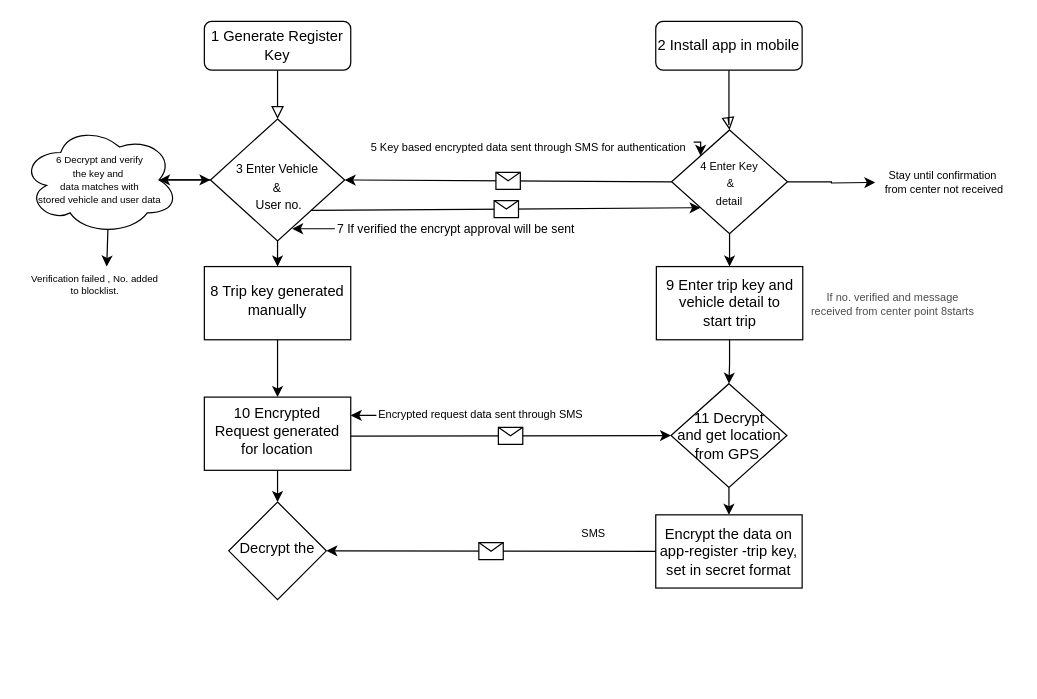
This is Untitled Diagram.drawio from Loveleet/Loveleet, a draw.io file, before an edit. Source tidied: cells renumbered, new cells numbered last; positions are measured from the earlier drawing's top-left corner, leaving out a move shared by most shapes. Both pictures are drawn from the tidied source at 122%, with x=0, y=0 at pixel (21, 21).
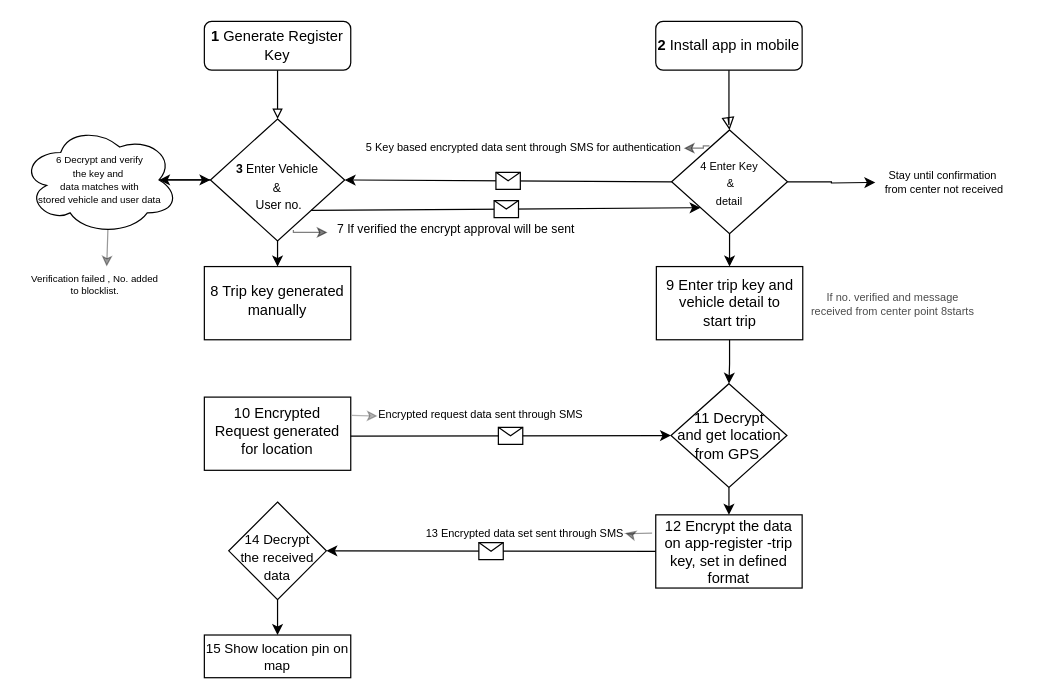
Above is the later version.

Unchanged cells that the change refers to:
```xml
<mxCell id="10" value="&lt;font style=&quot;font-size: 9px&quot;&gt;4 Enter Key&lt;br&gt;&amp;nbsp;&amp;amp; &lt;br&gt;detail&lt;/font&gt;" style="rhombus;whiteSpace=wrap;html=1;" parent="1" vertex="1">
  <mxGeometry x="533" y="89" width="95" height="85" as="geometry" />
</mxCell>
<mxCell id="19" value="&lt;font size=&quot;1&quot;&gt;7 If verified the encrypt approval will be sent&lt;/font&gt;" style="text;html=1;align=center;verticalAlign=middle;points=[];strokeColor=none;fillColor=none;fontSize=8;" parent="1" vertex="1">
  <mxGeometry x="251" y="160" width="210" height="20" as="geometry" />
</mxCell>
<mxCell id="22" value="&lt;font style=&quot;font-size: 8px&quot;&gt;6 Decrypt and verify &lt;br&gt;the key and&amp;nbsp;&lt;br&gt;data matches with&lt;br&gt;stored vehicle and user data&lt;/font&gt;" style="ellipse;shape=cloud;whiteSpace=wrap;html=1;fontSize=9;" parent="1" vertex="1">
  <mxGeometry y="85" width="129" height="90" as="geometry" />
</mxCell>
<mxCell id="23" value="Verification failed , No. added&lt;br&gt;to blocklist." style="text;html=1;align=center;verticalAlign=middle;points=[];strokeColor=none;fillColor=none;fontSize=8;" parent="1" vertex="1">
  <mxGeometry y="201" width="120" height="30" as="geometry" />
</mxCell>
<mxCell id="29" value="8 Trip key generated manually" style="whiteSpace=wrap;html=1;shadow=0;strokeWidth=1;spacing=6;spacingTop=-4;" parent="1" vertex="1">
  <mxGeometry x="150" y="201" width="120" height="60" as="geometry" />
</mxCell>
<mxCell id="31" value="10 Encrypted&lt;br&gt;Request generated for location" style="whiteSpace=wrap;html=1;shadow=0;strokeWidth=1;spacing=6;spacingTop=-4;" parent="1" vertex="1">
  <mxGeometry x="150" y="308" width="120" height="60" as="geometry" />
</mxCell>
<mxCell id="37" value="Encrypted request data sent through SMS" style="text;html=1;align=left;verticalAlign=middle;points=[];strokeColor=none;fillColor=none;fontSize=9;" parent="1" vertex="1">
  <mxGeometry x="291" y="313" width="180" height="20" as="geometry" />
</mxCell>
```

Change to the diagram source:
```diff
@@
-    <mxCell id="2" style="rounded=0;html=1;jettySize=auto;fontSize=11;endArrow=block;endFill=0;endSize=8;strokeWidth=1;shadow=0;labelBackgroundColor=none;edgeStyle=orthogonalEdgeStyle;" parent="1" edge="1" source="3" target="6">
+    <mxCell id="2" style="rounded=0;html=1;jettySize=auto;fontSize=11;endArrow=block;endFill=0;strokeWidth=1;shadow=0;labelBackgroundColor=none;edgeStyle=orthogonalEdgeStyle;" parent="1" edge="1" source="3" target="6">
       <mxGeometry relative="1" as="geometry">
         <Array as="points">
           <mxPoint x="210" y="70" />
           <mxPoint x="210" y="70" />
         </Array>
       </mxGeometry>
     </mxCell>
-    <mxCell id="3" value="1 Generate Register Key" style="rounded=1;whiteSpace=wrap;html=1;fontSize=12;glass=0;strokeWidth=1;shadow=0;" parent="1" vertex="1">
+    <mxCell id="3" value="&lt;b&gt;1&lt;/b&gt; Generate Register Key" style="rounded=1;whiteSpace=wrap;html=1;fontSize=12;glass=0;strokeWidth=1;shadow=0;" parent="1" vertex="1">
       <mxGeometry x="150" width="120" height="40" as="geometry" />
     </mxCell>
@@
-    <mxCell id="6" value="&lt;font style=&quot;font-size: 10px&quot;&gt;&lt;br&gt;3 Enter Vehicle &lt;br&gt;&amp;amp;&lt;br&gt;&amp;nbsp;User no.&lt;/font&gt;" style="rhombus;whiteSpace=wrap;html=1;shadow=0;fontFamily=Helvetica;fontSize=12;align=center;strokeWidth=1;spacing=6;spacingTop=-4;" parent="1" vertex="1">
+    <mxCell id="6" value="&lt;font style=&quot;font-size: 10px&quot;&gt;&lt;br&gt;&lt;b&gt;3&lt;/b&gt; Enter Vehicle &lt;br&gt;&amp;amp;&lt;br&gt;&amp;nbsp;User no.&lt;/font&gt;" style="rhombus;whiteSpace=wrap;html=1;shadow=0;fontFamily=Helvetica;fontSize=12;align=center;strokeWidth=1;spacing=6;spacingTop=-4;" parent="1" vertex="1">
       <mxGeometry x="155" y="80" width="110" height="100" as="geometry" />
     </mxCell>
-    <mxCell id="7" value="2 Install app in mobile" style="rounded=1;whiteSpace=wrap;html=1;" parent="1" vertex="1">
+    <mxCell id="7" value="&lt;b&gt;2&lt;/b&gt; Install app in mobile" style="rounded=1;whiteSpace=wrap;html=1;" parent="1" vertex="1">
       <mxGeometry x="520" width="120" height="40" as="geometry" />
     </mxCell>
@@
-    <mxCell id="14" style="edgeStyle=orthogonalEdgeStyle;rounded=0;jettySize=auto;html=1;entryX=0;entryY=0;entryDx=0;entryDy=0;fontSize=8;exitX=1.015;exitY=0.3;exitDx=0;exitDy=0;exitPerimeter=0;" parent="1" edge="1" source="15" target="10">
+    <mxCell id="14" style="edgeStyle=orthogonalEdgeStyle;rounded=0;jettySize=auto;html=1;fontSize=8;exitX=0.305;exitY=0.153;exitDx=0;exitDy=0;exitPerimeter=0;opacity=50;" parent="1" edge="1" target="15">
       <mxGeometry relative="1" as="geometry">
+        <mxPoint x="564" y="102" as="sourcePoint" />
         <Array as="points">
-          <mxPoint x="557" y="99" />
+          <mxPoint x="559" y="102" />
+          <mxPoint x="559" y="104" />
         </Array>
       </mxGeometry>
     </mxCell>
     <mxCell id="15" value="5 Key based encrypted data sent through SMS for authentication" style="text;align=right;verticalAlign=middle;points=[];strokeColor=none;fillColor=none;fontSize=9;labelPosition=center;verticalLabelPosition=middle;" parent="1" vertex="1">
-      <mxGeometry x="277" y="93" width="270" height="20" as="geometry" />
+      <mxGeometry x="273" y="93" width="270" height="20" as="geometry" />
     </mxCell>
@@
-    <mxCell id="18" style="edgeStyle=orthogonalEdgeStyle;rounded=0;orthogonalLoop=1;jettySize=auto;html=1;fontSize=9;" parent="1" edge="1">
+    <mxCell id="18" style="edgeStyle=orthogonalEdgeStyle;rounded=0;jettySize=auto;html=1;fontSize=9;exitX=0.618;exitY=0.91;exitDx=0;exitDy=0;exitPerimeter=0;entryX=0;entryY=0.65;entryDx=0;entryDy=0;entryPerimeter=0;textOpacity=50;align=center;opacity=50;" parent="1" edge="1" source="6" target="19">
       <mxGeometry relative="1" as="geometry">
-        <mxPoint x="257" y="170" as="sourcePoint" />
-        <mxPoint x="222" y="170" as="targetPoint" />
+        <Array as="points">
+          <mxPoint x="223" y="173" />
+        </Array>
       </mxGeometry>
     </mxCell>
@@
-    <mxCell id="21" style="edgeStyle=orthogonalEdgeStyle;rounded=0;jettySize=auto;html=1;exitX=0.55;exitY=0.95;exitDx=0;exitDy=0;exitPerimeter=0;entryX=0.583;entryY=0;entryDx=0;entryDy=0;entryPerimeter=0;fontSize=8;" parent="1" edge="1" source="22" target="23">
+    <mxCell id="21" style="edgeStyle=orthogonalEdgeStyle;rounded=0;jettySize=auto;html=1;exitX=0.55;exitY=0.95;exitDx=0;exitDy=0;exitPerimeter=0;entryX=0.583;entryY=0;entryDx=0;entryDy=0;entryPerimeter=0;fontSize=8;opacity=40;" parent="1" edge="1" source="22" target="23">
       <mxGeometry relative="1" as="geometry" />
     </mxCell>
@@
-    <mxCell id="28" style="edgeStyle=orthogonalEdgeStyle;rounded=0;jettySize=auto;html=1;fontSize=9;" parent="1" edge="1" source="29" target="31">
-      <mxGeometry relative="1" as="geometry" />
-    </mxCell>
@@
-    <mxCell id="30" style="edgeStyle=orthogonalEdgeStyle;rounded=0;jettySize=auto;html=1;fontSize=9;" parent="1" edge="1" source="31" target="41">
-      <mxGeometry relative="1" as="geometry" />
-    </mxCell>
@@
-    <mxCell id="36" style="edgeStyle=orthogonalEdgeStyle;rounded=0;jettySize=auto;html=1;fontSize=9;entryX=1;entryY=0.25;entryDx=0;entryDy=0;" parent="1" edge="1" source="37" target="31">
-      <mxGeometry relative="1" as="geometry" />
+    <mxCell id="36" style="edgeStyle=orthogonalEdgeStyle;rounded=0;jettySize=auto;html=1;fontSize=9;opacity=30;" parent="1" edge="1" target="37">
+      <mxGeometry relative="1" as="geometry">
+        <mxPoint x="271" y="323" as="sourcePoint" />
+      </mxGeometry>
     </mxCell>
@@
+    <mxCell id="43" style="edgeStyle=orthogonalEdgeStyle;rounded=0;jettySize=auto;html=1;exitX=0;exitY=0.25;exitDx=0;exitDy=0;fontSize=9;opacity=40;" parent="1" edge="1" target="42">
+      <mxGeometry relative="1" as="geometry">
+        <mxPoint x="517" y="419.5" as="sourcePoint" />
+      </mxGeometry>
+    </mxCell>
-    <mxCell id="38" value="Encrypt the data on app-register -trip key,&lt;br&gt;set in secret format" style="whiteSpace=wrap;html=1;" parent="1" vertex="1">
+    <mxCell id="38" value="12 Encrypt the data on app-register -trip key, set in defined format" style="whiteSpace=wrap;html=1;" parent="1" vertex="1">
       <mxGeometry x="520" y="404.5" width="120" height="60" as="geometry" />
     </mxCell>
@@
+    <mxCell id="44" style="edgeStyle=orthogonalEdgeStyle;rounded=0;jettySize=auto;html=1;exitX=0.5;exitY=1;exitDx=0;exitDy=0;fontSize=11;entryX=0.5;entryY=0;entryDx=0;entryDy=0;" parent="1" edge="1" source="41" target="45">
+      <mxGeometry relative="1" as="geometry" />
+    </mxCell>
-    <mxCell id="41" value="Decrypt the" style="rhombus;whiteSpace=wrap;html=1;shadow=0;strokeWidth=1;spacing=6;spacingTop=-4;" parent="1" vertex="1">
+    <mxCell id="41" value="&lt;font style=&quot;font-size: 11px&quot;&gt;&lt;br&gt;&amp;nbsp;14 Decrypt&amp;nbsp;&lt;br&gt;the received&lt;br&gt;data&lt;br&gt;&lt;/font&gt;" style="rhombus;whiteSpace=wrap;html=1;shadow=0;strokeWidth=1;spacing=6;spacingTop=-4;" parent="1" vertex="1">
       <mxGeometry x="170" y="394" width="80" height="80" as="geometry" />
     </mxCell>
-    <mxCell id="42" value="SMS&amp;nbsp;" style="text;html=1;align=center;verticalAlign=middle;points=[];strokeColor=none;fillColor=none;fontSize=9;" parent="1" vertex="1">
-      <mxGeometry x="450" y="410" width="40" height="20" as="geometry" />
+    <mxCell id="42" value="13 Encrypted data set sent through SMS" style="text;html=1;align=right;verticalAlign=middle;points=[];strokeColor=none;fillColor=none;fontSize=9;" parent="1" vertex="1">
+      <mxGeometry x="315" y="409.5" width="180" height="20" as="geometry" />
     </mxCell>
+    <mxCell id="45" value="15 Show location pin on map" style="rounded=0;whiteSpace=wrap;html=1;fontSize=11;" parent="1" vertex="1">
+      <mxGeometry x="150" y="503" width="120" height="35" as="geometry" />
+    </mxCell>
```
